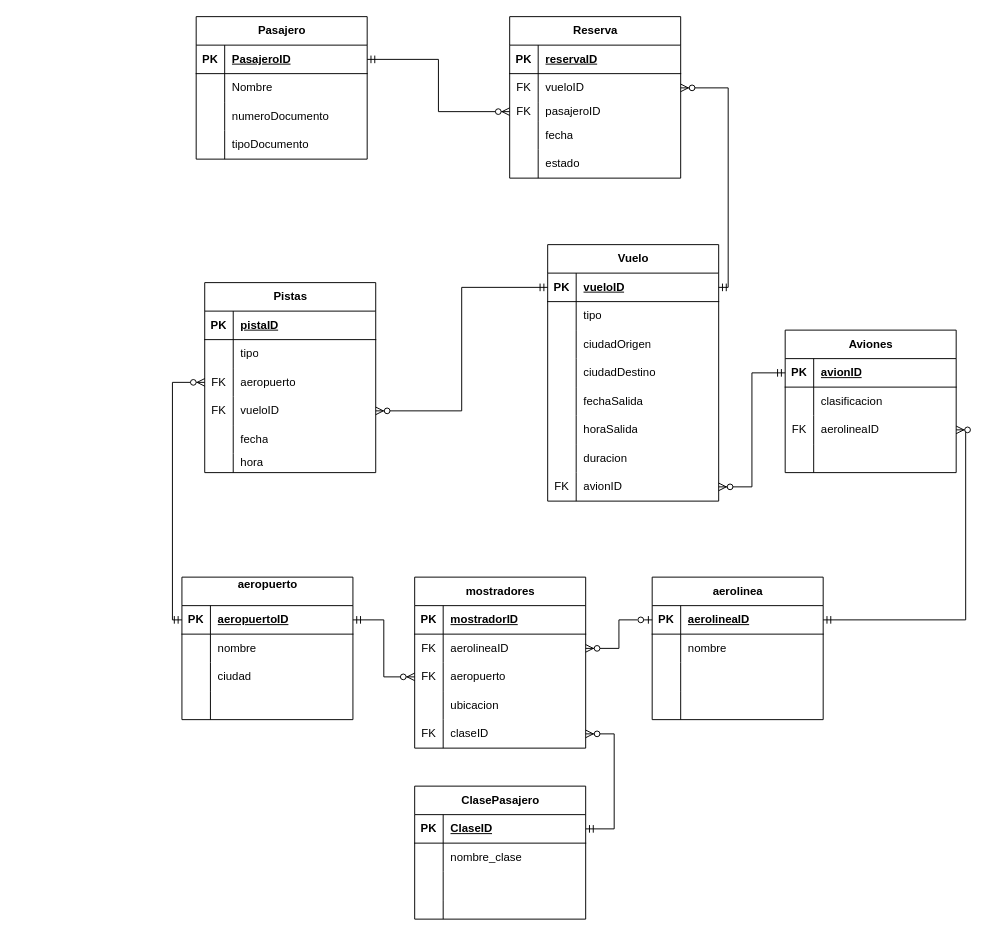
Earlier version of the draw.io diagram ej5.drawio (DamianPiuselli/Diagrams). Source tidied: cells renumbered, new cells numbered last; positions are measured from the earlier drawing's top-left corner, leaving out a move shared by most shapes. Both pictures are drawn from the tidied source at 95%, with x=0, y=0 at pixel (181, 16).
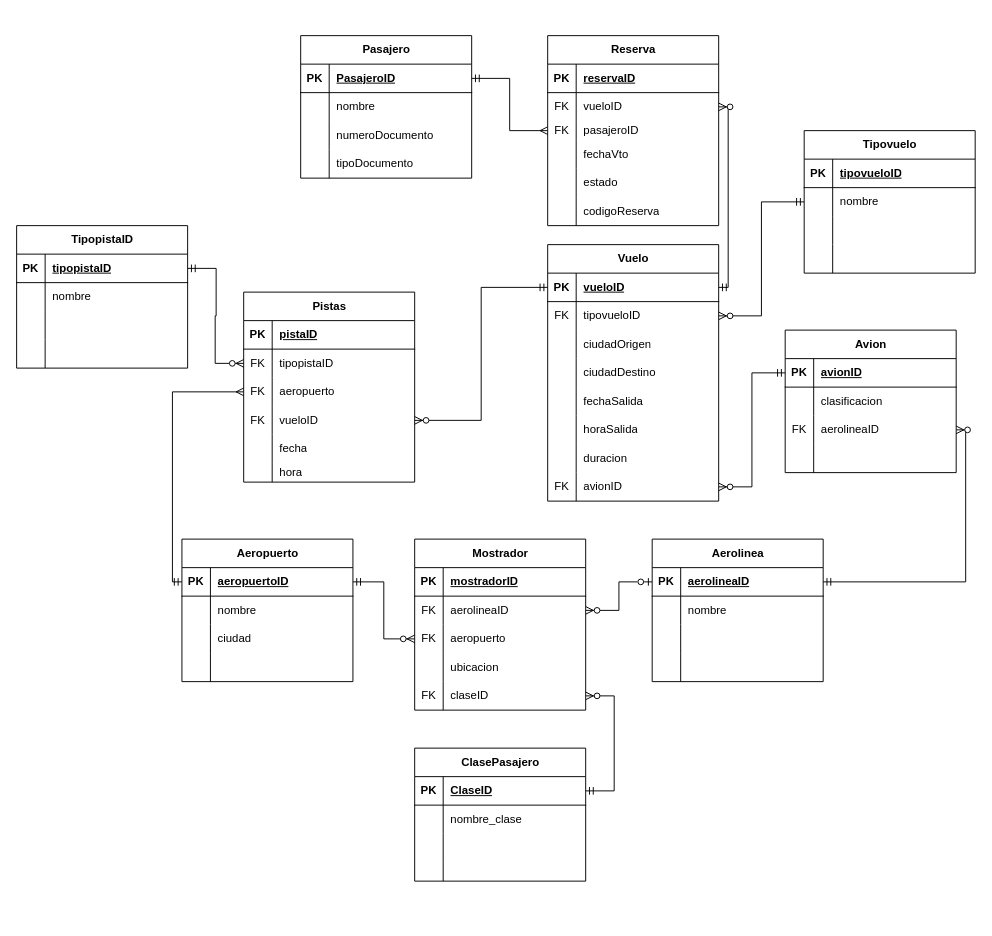
After the change.

The change refers to these unchanged cells:
```xml
<mxCell id="3" style="shape=tableRow;horizontal=0;startSize=0;swimlaneHead=0;swimlaneBody=0;fillColor=none;points=[[0,0.5],[1,0.5]];portConstraint=eastwest;top=0;left=0;right=0;bottom=1;" parent="2" vertex="1">
  <mxGeometry y="30" width="180" height="30" as="geometry" />
</mxCell>
<mxCell id="64" style="shape=tableRow;horizontal=0;startSize=0;swimlaneHead=0;swimlaneBody=0;fillColor=none;points=[[0,0.5],[1,0.5]];portConstraint=eastwest;top=0;left=0;right=0;bottom=0;" parent="60" vertex="1">
  <mxGeometry y="60" width="180" height="30" as="geometry" />
</mxCell>
<mxCell id="67" style="shape=tableRow;horizontal=0;startSize=0;swimlaneHead=0;swimlaneBody=0;fillColor=none;points=[[0,0.5],[1,0.5]];portConstraint=eastwest;top=0;left=0;right=0;bottom=0;" parent="60" vertex="1">
  <mxGeometry y="90" width="180" height="30" as="geometry" />
</mxCell>
<mxCell id="98" style="shape=tableRow;horizontal=0;startSize=0;swimlaneHead=0;swimlaneBody=0;fillColor=none;points=[[0,0.5],[1,0.5]];portConstraint=eastwest;top=0;left=0;right=0;bottom=0;" parent="94" vertex="1">
  <mxGeometry y="60" width="180" height="30" as="geometry" />
</mxCell>
<mxCell id="127" style="shape=tableRow;horizontal=0;startSize=0;swimlaneHead=0;swimlaneBody=0;fillColor=none;points=[[0,0.5],[1,0.5]];portConstraint=eastwest;top=0;left=0;right=0;bottom=0;" parent="120" vertex="1">
  <mxGeometry y="90" width="180" height="20" as="geometry" />
</mxCell>
<mxCell id="130" style="shape=tableRow;horizontal=0;startSize=0;swimlaneHead=0;swimlaneBody=0;fillColor=none;top=0;left=0;right=0;bottom=0;" parent="120" vertex="1">
  <mxGeometry y="110" width="180" height="30" as="geometry" />
</mxCell>
<mxCell id="138" style="shape=tableRow;horizontal=0;startSize=0;swimlaneHead=0;swimlaneBody=0;fillColor=none;points=[[0,0.5],[1,0.5]];portConstraint=eastwest;top=0;left=0;right=0;bottom=1;" parent="137" vertex="1">
  <mxGeometry y="30" width="180" height="30" as="geometry" />
</mxCell>
<mxCell id="141" style="shape=tableRow;horizontal=0;startSize=0;swimlaneHead=0;swimlaneBody=0;fillColor=none;top=0;left=0;right=0;bottom=0;" parent="137" vertex="1">
  <mxGeometry y="60" width="180" height="30" as="geometry" />
</mxCell>
```

What changed in the source:
```diff
@@
-    <mxCell id="2" value="aeropuerto&lt;div&gt;&lt;br&gt;&lt;/div&gt;" style="shape=table;startSize=30;childLayout=tableLayout;rowLines=0;fontStyle=1;align=center;html=1;" parent="1" vertex="1">
-      <mxGeometry y="590" width="180" height="150" as="geometry" />
+    <mxCell id="2" value="Aeropuerto" style="shape=table;startSize=30;childLayout=tableLayout;rowLines=0;fontStyle=1;align=center;html=1;" parent="1" vertex="1">
+      <mxGeometry y="550" width="180" height="150" as="geometry" />
     </mxCell>
@@
-    <mxCell id="15" value="mostradores" style="shape=table;startSize=30;childLayout=tableLayout;rowLines=0;fontStyle=1;align=center;html=1;" parent="1" vertex="1">
-      <mxGeometry x="245" y="590" width="180" height="180" as="geometry" />
+    <mxCell id="15" value="Mostrador" style="shape=table;startSize=30;childLayout=tableLayout;rowLines=0;fontStyle=1;align=center;html=1;" parent="1" vertex="1">
+      <mxGeometry x="245" y="550" width="180" height="180" as="geometry" />
     </mxCell>
@@
-    <mxCell id="31" value="aerolinea" style="shape=table;startSize=30;childLayout=tableLayout;rowLines=0;fontStyle=1;align=center;html=1;" parent="1" vertex="1">
-      <mxGeometry x="495" y="590" width="180" height="150" as="geometry" />
+    <mxCell id="31" value="Aerolinea" style="shape=table;startSize=30;childLayout=tableLayout;rowLines=0;fontStyle=1;align=center;html=1;" parent="1" vertex="1">
+      <mxGeometry x="495" y="550" width="180" height="150" as="geometry" />
     </mxCell>
@@
     <mxCell id="44" value="ClasePasajero" style="shape=table;startSize=30;childLayout=tableLayout;rowLines=0;fontStyle=1;align=center;html=1;" parent="1" vertex="1">
-      <mxGeometry x="245" y="810" width="180" height="140" as="geometry" />
+      <mxGeometry x="245" y="770" width="180" height="140" as="geometry" />
     </mxCell>
@@
     <mxCell id="60" value="Pistas" style="shape=table;startSize=30;childLayout=tableLayout;rowLines=0;fontStyle=1;align=center;html=1;" parent="1" vertex="1">
-      <mxGeometry x="24" y="280" width="180" height="200" as="geometry" />
+      <mxGeometry x="65" y="290" width="180" height="200" as="geometry" />
     </mxCell>
@@
-    <mxCell id="65" style="shape=partialRectangle;fillColor=none;top=0;left=0;bottom=0;right=0;overflow=hidden;whiteSpace=wrap;html=1;" parent="64" vertex="1">
+    <mxCell id="65" value="FK" style="shape=partialRectangle;fillColor=none;top=0;left=0;bottom=0;right=0;overflow=hidden;whiteSpace=wrap;html=1;" parent="64" vertex="1">
       <mxGeometry width="30" height="30" as="geometry" />
     </mxCell>
-    <mxCell id="66" value="tipo" style="shape=partialRectangle;fillColor=none;top=0;left=0;bottom=0;right=0;align=left;spacingLeft=6;overflow=hidden;whiteSpace=wrap;html=1;" parent="64" vertex="1">
+    <mxCell id="66" value="tipopistaID" style="shape=partialRectangle;fillColor=none;top=0;left=0;bottom=0;right=0;align=left;spacingLeft=6;overflow=hidden;whiteSpace=wrap;html=1;" parent="64" vertex="1">
       <mxGeometry x="30" width="150" height="30" as="geometry" />
     </mxCell>
@@
-    <mxCell id="79" value="Aviones" style="shape=table;startSize=30;childLayout=tableLayout;rowLines=0;fontStyle=1;align=center;html=1;" parent="1" vertex="1">
+    <mxCell id="79" value="Avion" style="shape=table;startSize=30;childLayout=tableLayout;rowLines=0;fontStyle=1;align=center;html=1;" parent="1" vertex="1">
       <mxGeometry x="635" y="330" width="180" height="150" as="geometry" />
     </mxCell>
@@
-    <mxCell id="93" style="edgeStyle=orthogonalEdgeStyle;fontSize=12;html=1;endArrow=ERzeroToMany;startArrow=ERmandOne;rounded=0;entryX=0;entryY=0.5;entryDx=0;entryDy=0;exitX=0;exitY=0.5;exitDx=0;exitDy=0;" parent="1" edge="1" source="3" target="67">
+    <mxCell id="93" style="edgeStyle=orthogonalEdgeStyle;fontSize=12;html=1;endArrow=ERmany;startArrow=ERmandOne;rounded=0;entryX=0;entryY=0.5;entryDx=0;entryDy=0;exitX=0;exitY=0.5;exitDx=0;exitDy=0;endFill=0;" parent="1" edge="1" source="3" target="67">
       <mxGeometry relative="1" as="geometry" />
     </mxCell>
@@
-    <mxCell id="99" style="shape=partialRectangle;fillColor=none;top=0;left=0;bottom=0;right=0;overflow=hidden;whiteSpace=wrap;html=1;" parent="98" vertex="1">
+    <mxCell id="99" value="FK" style="shape=partialRectangle;fillColor=none;top=0;left=0;bottom=0;right=0;overflow=hidden;whiteSpace=wrap;html=1;" parent="98" vertex="1">
       <mxGeometry width="30" height="30" as="geometry" />
     </mxCell>
-    <mxCell id="100" value="tipo" style="shape=partialRectangle;fillColor=none;top=0;left=0;bottom=0;right=0;align=left;spacingLeft=6;overflow=hidden;whiteSpace=wrap;html=1;" parent="98" vertex="1">
+    <mxCell id="100" value="tipovueloID" style="shape=partialRectangle;fillColor=none;top=0;left=0;bottom=0;right=0;align=left;spacingLeft=6;overflow=hidden;whiteSpace=wrap;html=1;" parent="98" vertex="1">
       <mxGeometry x="30" width="150" height="30" as="geometry" />
     </mxCell>
@@
     <mxCell id="120" value="Reserva" style="shape=table;startSize=30;childLayout=tableLayout;rowLines=0;fontStyle=1;align=center;html=1;" parent="1" vertex="1">
-      <mxGeometry x="345" width="180" height="170" as="geometry" />
+      <mxGeometry x="385" y="20" width="180" height="200" as="geometry" />
     </mxCell>
@@
-    <mxCell id="132" value="fecha" style="shape=partialRectangle;fillColor=none;top=0;left=0;bottom=0;right=0;align=left;spacingLeft=6;overflow=hidden;whiteSpace=wrap;html=1;" parent="130" vertex="1">
+    <mxCell id="132" value="fechaVto" style="shape=partialRectangle;fillColor=none;top=0;left=0;bottom=0;right=0;align=left;spacingLeft=6;overflow=hidden;whiteSpace=wrap;html=1;" parent="130" vertex="1">
       <mxGeometry x="30" width="150" height="30" as="geometry" />
     </mxCell>
@@
+    <mxCell id="152" style="shape=tableRow;horizontal=0;startSize=0;swimlaneHead=0;swimlaneBody=0;fillColor=none;top=0;left=0;right=0;bottom=0;" parent="120" vertex="1">
+      <mxGeometry y="170" width="180" height="30" as="geometry" />
+    </mxCell>
+    <mxCell id="153" style="shape=partialRectangle;fillColor=none;top=0;left=0;bottom=0;right=0;overflow=hidden;whiteSpace=wrap;html=1;" parent="152" vertex="1">
+      <mxGeometry width="30" height="30" as="geometry" />
+    </mxCell>
+    <mxCell id="154" value="codigoReserva" style="shape=partialRectangle;fillColor=none;top=0;left=0;bottom=0;right=0;align=left;spacingLeft=6;overflow=hidden;whiteSpace=wrap;html=1;" parent="152" vertex="1">
+      <mxGeometry x="30" width="150" height="30" as="geometry" />
+    </mxCell>
@@
     <mxCell id="137" value="Pasajero" style="shape=table;startSize=30;childLayout=tableLayout;rowLines=0;fontStyle=1;align=center;html=1;" parent="1" vertex="1">
-      <mxGeometry x="15" width="180" height="150" as="geometry" />
+      <mxGeometry x="125" y="20" width="180" height="150" as="geometry" />
     </mxCell>
@@
-    <mxCell id="143" value="Nombre" style="shape=partialRectangle;fillColor=none;top=0;left=0;bottom=0;right=0;align=left;spacingLeft=6;overflow=hidden;whiteSpace=wrap;html=1;" parent="141" vertex="1">
+    <mxCell id="143" value="nombre" style="shape=partialRectangle;fillColor=none;top=0;left=0;bottom=0;right=0;align=left;spacingLeft=6;overflow=hidden;whiteSpace=wrap;html=1;" parent="141" vertex="1">
       <mxGeometry x="30" width="150" height="30" as="geometry" />
     </mxCell>
@@
-    <mxCell id="150" style="edgeStyle=orthogonalEdgeStyle;fontSize=12;html=1;endArrow=ERzeroToMany;startArrow=ERmandOne;rounded=0;entryX=0;entryY=0.5;entryDx=0;entryDy=0;exitX=1;exitY=0.5;exitDx=0;exitDy=0;" parent="1" edge="1" source="138" target="127">
+    <mxCell id="150" style="edgeStyle=orthogonalEdgeStyle;fontSize=12;html=1;endArrow=ERmany;startArrow=ERmandOne;rounded=0;entryX=0;entryY=0.5;entryDx=0;entryDy=0;exitX=1;exitY=0.5;exitDx=0;exitDy=0;endFill=0;" parent="1" edge="1" source="138" target="127">
       <mxGeometry relative="1" as="geometry" />
     </mxCell>
@@
+    <mxCell id="155" value="TipopistaID" style="shape=table;startSize=30;childLayout=tableLayout;rowLines=0;fontStyle=1;align=center;html=1;" parent="1" vertex="1">
+      <mxGeometry x="-174" y="220" width="180" height="150" as="geometry" />
+    </mxCell>
+    <mxCell id="156" style="shape=tableRow;horizontal=0;startSize=0;swimlaneHead=0;swimlaneBody=0;fillColor=none;points=[[0,0.5],[1,0.5]];portConstraint=eastwest;top=0;left=0;right=0;bottom=1;" parent="155" vertex="1">
+      <mxGeometry y="30" width="180" height="30" as="geometry" />
+    </mxCell>
+    <mxCell id="157" value="PK" style="shape=partialRectangle;fillColor=none;top=0;left=0;bottom=0;right=0;fontStyle=1;overflow=hidden;whiteSpace=wrap;html=1;" parent="156" vertex="1">
+      <mxGeometry width="30" height="30" as="geometry" />
+    </mxCell>
+    <mxCell id="158" value="tipopistaID" style="shape=partialRectangle;fillColor=none;top=0;left=0;bottom=0;right=0;align=left;spacingLeft=6;fontStyle=5;overflow=hidden;whiteSpace=wrap;html=1;" parent="156" vertex="1">
+      <mxGeometry x="30" width="150" height="30" as="geometry" />
+    </mxCell>
+    <mxCell id="159" style="shape=tableRow;horizontal=0;startSize=0;swimlaneHead=0;swimlaneBody=0;fillColor=none;top=0;left=0;right=0;bottom=0;" parent="155" vertex="1">
+      <mxGeometry y="60" width="180" height="30" as="geometry" />
+    </mxCell>
+    <mxCell id="160" style="shape=partialRectangle;fillColor=none;top=0;left=0;bottom=0;right=0;overflow=hidden;whiteSpace=wrap;html=1;" parent="159" vertex="1">
+      <mxGeometry width="30" height="30" as="geometry" />
+    </mxCell>
+    <mxCell id="161" value="nombre" style="shape=partialRectangle;fillColor=none;top=0;left=0;bottom=0;right=0;align=left;spacingLeft=6;overflow=hidden;whiteSpace=wrap;html=1;" parent="159" vertex="1">
+      <mxGeometry x="30" width="150" height="30" as="geometry" />
+    </mxCell>
+    <mxCell id="162" style="shape=tableRow;horizontal=0;startSize=0;swimlaneHead=0;swimlaneBody=0;fillColor=none;top=0;left=0;right=0;bottom=0;" parent="155" vertex="1">
+      <mxGeometry y="90" width="180" height="30" as="geometry" />
+    </mxCell>
+    <mxCell id="163" style="shape=partialRectangle;fillColor=none;top=0;left=0;bottom=0;right=0;overflow=hidden;whiteSpace=wrap;html=1;" parent="162" vertex="1">
+      <mxGeometry width="30" height="30" as="geometry" />
+    </mxCell>
+    <mxCell id="164" style="shape=partialRectangle;fillColor=none;top=0;left=0;bottom=0;right=0;align=left;spacingLeft=6;overflow=hidden;whiteSpace=wrap;html=1;" parent="162" vertex="1">
+      <mxGeometry x="30" width="150" height="30" as="geometry" />
+    </mxCell>
+    <mxCell id="165" style="shape=tableRow;horizontal=0;startSize=0;swimlaneHead=0;swimlaneBody=0;fillColor=none;top=0;left=0;right=0;bottom=0;" parent="155" vertex="1">
+      <mxGeometry y="120" width="180" height="30" as="geometry" />
+    </mxCell>
+    <mxCell id="166" style="shape=partialRectangle;fillColor=none;top=0;left=0;bottom=0;right=0;overflow=hidden;whiteSpace=wrap;html=1;" parent="165" vertex="1">
+      <mxGeometry width="30" height="30" as="geometry" />
+    </mxCell>
+    <mxCell id="167" style="shape=partialRectangle;fillColor=none;top=0;left=0;bottom=0;right=0;align=left;spacingLeft=6;overflow=hidden;whiteSpace=wrap;html=1;" parent="165" vertex="1">
+      <mxGeometry x="30" width="150" height="30" as="geometry" />
+    </mxCell>
+    <mxCell id="168" style="edgeStyle=entityRelationEdgeStyle;fontSize=12;html=1;endArrow=ERzeroToMany;startArrow=ERmandOne;rounded=0;" parent="1" edge="1" source="156" target="64">
+      <mxGeometry relative="1" as="geometry" />
+    </mxCell>
+    <mxCell id="169" value="Tipovuelo" style="shape=table;startSize=30;childLayout=tableLayout;rowLines=0;fontStyle=1;align=center;html=1;" parent="1" vertex="1">
+      <mxGeometry x="655" y="120" width="180" height="150" as="geometry" />
+    </mxCell>
+    <mxCell id="170" style="shape=tableRow;horizontal=0;startSize=0;swimlaneHead=0;swimlaneBody=0;fillColor=none;top=0;left=0;right=0;bottom=1;" parent="169" vertex="1">
+      <mxGeometry y="30" width="180" height="30" as="geometry" />
+    </mxCell>
+    <mxCell id="171" value="PK" style="shape=partialRectangle;fillColor=none;top=0;left=0;bottom=0;right=0;fontStyle=1;overflow=hidden;whiteSpace=wrap;html=1;" parent="170" vertex="1">
+      <mxGeometry width="30" height="30" as="geometry" />
+    </mxCell>
+    <mxCell id="172" value="tipovueloID" style="shape=partialRectangle;fillColor=none;top=0;left=0;bottom=0;right=0;align=left;spacingLeft=6;fontStyle=5;overflow=hidden;whiteSpace=wrap;html=1;" parent="170" vertex="1">
+      <mxGeometry x="30" width="150" height="30" as="geometry" />
+    </mxCell>
+    <mxCell id="173" style="shape=tableRow;horizontal=0;startSize=0;swimlaneHead=0;swimlaneBody=0;fillColor=none;points=[[0,0.5],[1,0.5]];portConstraint=eastwest;top=0;left=0;right=0;bottom=0;" parent="169" vertex="1">
+      <mxGeometry y="60" width="180" height="30" as="geometry" />
+    </mxCell>
+    <mxCell id="174" style="shape=partialRectangle;fillColor=none;top=0;left=0;bottom=0;right=0;overflow=hidden;whiteSpace=wrap;html=1;" parent="173" vertex="1">
+      <mxGeometry width="30" height="30" as="geometry" />
+    </mxCell>
+    <mxCell id="175" value="nombre" style="shape=partialRectangle;fillColor=none;top=0;left=0;bottom=0;right=0;align=left;spacingLeft=6;overflow=hidden;whiteSpace=wrap;html=1;" parent="173" vertex="1">
+      <mxGeometry x="30" width="150" height="30" as="geometry" />
+    </mxCell>
+    <mxCell id="176" style="shape=tableRow;horizontal=0;startSize=0;swimlaneHead=0;swimlaneBody=0;fillColor=none;top=0;left=0;right=0;bottom=0;" parent="169" vertex="1">
+      <mxGeometry y="90" width="180" height="30" as="geometry" />
+    </mxCell>
+    <mxCell id="177" style="shape=partialRectangle;fillColor=none;top=0;left=0;bottom=0;right=0;overflow=hidden;whiteSpace=wrap;html=1;" parent="176" vertex="1">
+      <mxGeometry width="30" height="30" as="geometry" />
+    </mxCell>
+    <mxCell id="178" style="shape=partialRectangle;fillColor=none;top=0;left=0;bottom=0;right=0;align=left;spacingLeft=6;overflow=hidden;whiteSpace=wrap;html=1;" parent="176" vertex="1">
+      <mxGeometry x="30" width="150" height="30" as="geometry" />
+    </mxCell>
+    <mxCell id="179" style="shape=tableRow;horizontal=0;startSize=0;swimlaneHead=0;swimlaneBody=0;fillColor=none;top=0;left=0;right=0;bottom=0;" parent="169" vertex="1">
+      <mxGeometry y="120" width="180" height="30" as="geometry" />
+    </mxCell>
+    <mxCell id="180" style="shape=partialRectangle;fillColor=none;top=0;left=0;bottom=0;right=0;overflow=hidden;whiteSpace=wrap;html=1;" parent="179" vertex="1">
+      <mxGeometry width="30" height="30" as="geometry" />
+    </mxCell>
+    <mxCell id="181" style="shape=partialRectangle;fillColor=none;top=0;left=0;bottom=0;right=0;align=left;spacingLeft=6;overflow=hidden;whiteSpace=wrap;html=1;" parent="179" vertex="1">
+      <mxGeometry x="30" width="150" height="30" as="geometry" />
+    </mxCell>
+    <mxCell id="182" style="edgeStyle=orthogonalEdgeStyle;fontSize=12;html=1;endArrow=ERzeroToMany;startArrow=ERmandOne;rounded=0;exitX=0;exitY=0.5;exitDx=0;exitDy=0;" parent="1" edge="1" source="173" target="98">
+      <mxGeometry relative="1" as="geometry" />
+    </mxCell>
```
